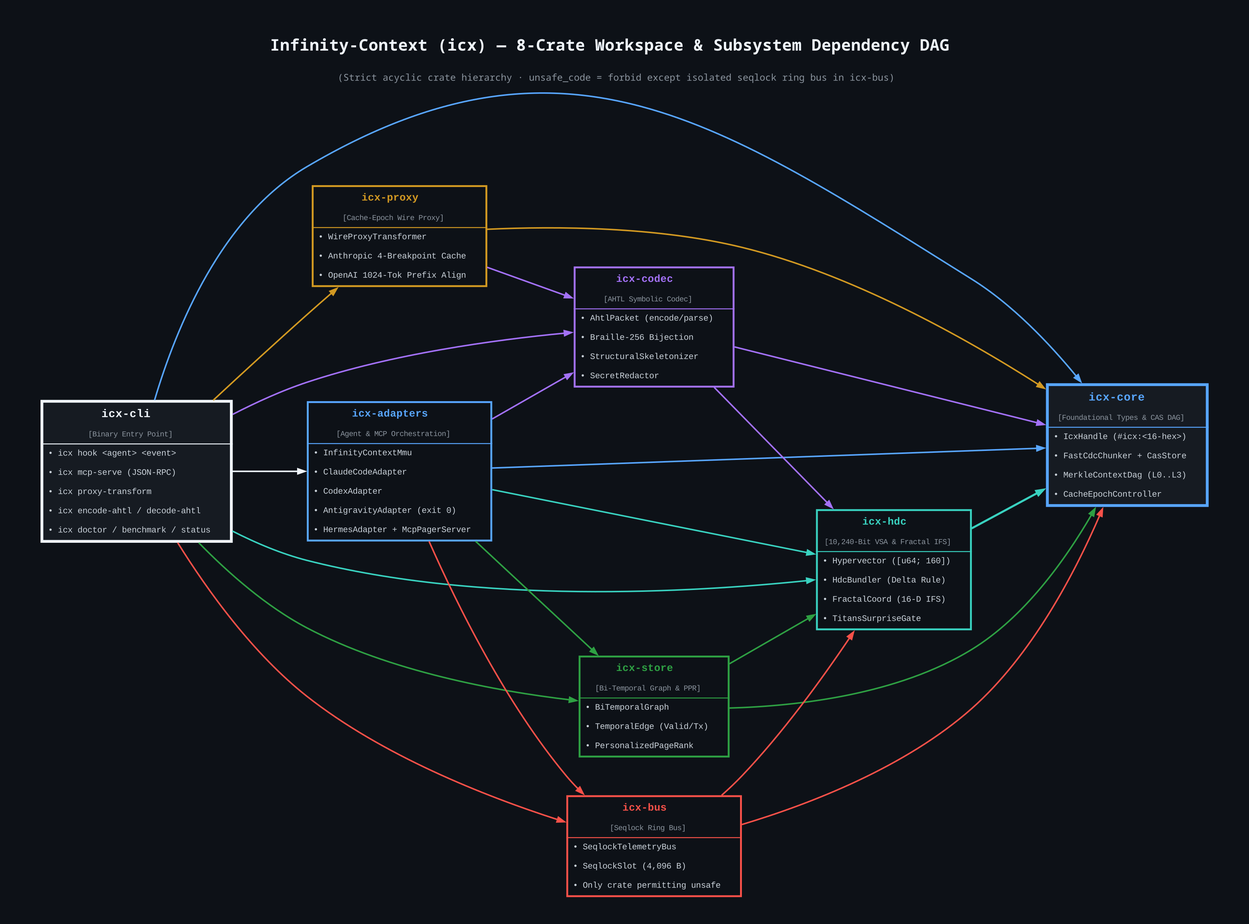
The Graphviz diagram images/infinity-context-crate-graph.png in doublegate/Infinity-Context, before a commit. Its source is kept beside it as images/infinity-context-crate-graph.dot.
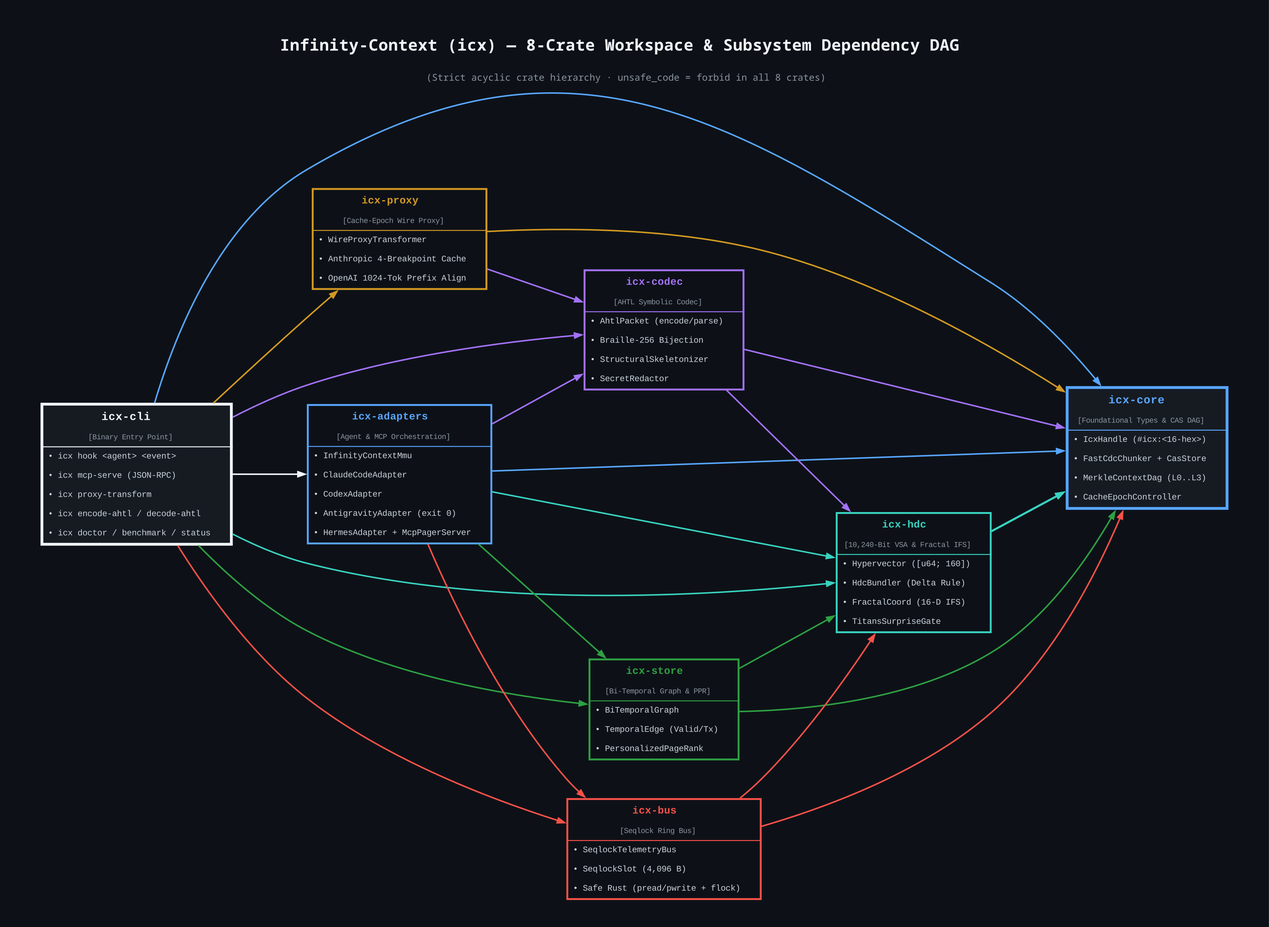
After the change.

Commit message:
docs: refresh benchmark output and drop stale unsafe labels from the crate graph

Change to the diagram source:
```diff
@@ -10,7 +10,7 @@
     label=<
         <TABLE BORDER="0" CELLBORDER="0" CELLSPACING="0" CELLPADDING="6">
         <TR><TD ALIGN="CENTER"><FONT COLOR="#f0f6fc" POINT-SIZE="17" FACE="JetBrains Mono,Consolas,monospace"><B>Infinity-Context (icx) &#8212; 8-Crate Workspace &amp; Subsystem Dependency DAG</B>&#160;&#160;&#160;</FONT></TD></TR>
-        <TR><TD ALIGN="CENTER"><FONT COLOR="#8b949e" POINT-SIZE="10" FACE="JetBrains Mono,Consolas,monospace">(Strict acyclic crate hierarchy &#183; unsafe_code = forbid except isolated seqlock ring bus in icx-bus)&#160;&#160;&#160;</FONT></TD></TR>
+        <TR><TD ALIGN="CENTER"><FONT COLOR="#8b949e" POINT-SIZE="10" FACE="JetBrains Mono,Consolas,monospace">(Strict acyclic crate hierarchy &#183; unsafe_code = forbid in all 8 crates)&#160;&#160;&#160;</FONT></TD></TR>
         </TABLE>>
 
     node [shape=none fontname="JetBrains Mono,Consolas,Courier New,monospace" fontsize=10 margin="0"]
@@ -78,7 +78,7 @@
         <HR/>
         <TR><TD ALIGN="LEFT"><FONT COLOR="#c9d1d9" POINT-SIZE="9">&#8226; SeqlockTelemetryBus&#160;&#160;&#160;</FONT></TD></TR>
         <TR><TD ALIGN="LEFT"><FONT COLOR="#c9d1d9" POINT-SIZE="9">&#8226; SeqlockSlot (4,096 B)&#160;&#160;&#160;</FONT></TD></TR>
-        <TR><TD ALIGN="LEFT"><FONT COLOR="#c9d1d9" POINT-SIZE="9">&#8226; Only crate permitting unsafe&#160;&#160;&#160;</FONT></TD></TR>
+        <TR><TD ALIGN="LEFT"><FONT COLOR="#c9d1d9" POINT-SIZE="9">&#8226; Safe Rust (pread/pwrite + flock)&#160;&#160;&#160;</FONT></TD></TR>
         </TABLE>>]
 
     icx_hdc [label=<
```
